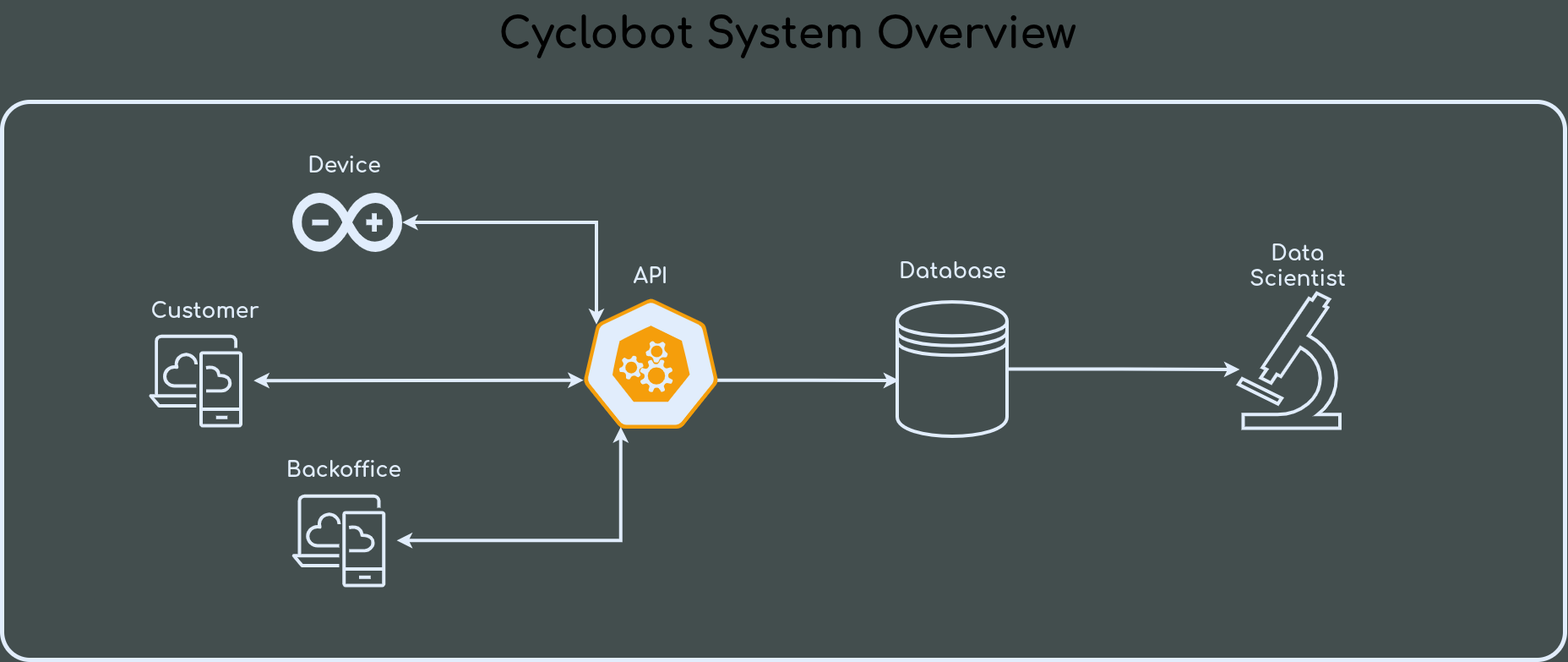
This is diagram/1.system_overview.png from Lab37-Technologies/cyclobot_api, a draw.io export, as it was before one commit. Source tidied: cells renumbered, new cells last; positions are measured from the earlier drawing's top-left corner, leaving out a move shared by most shapes.
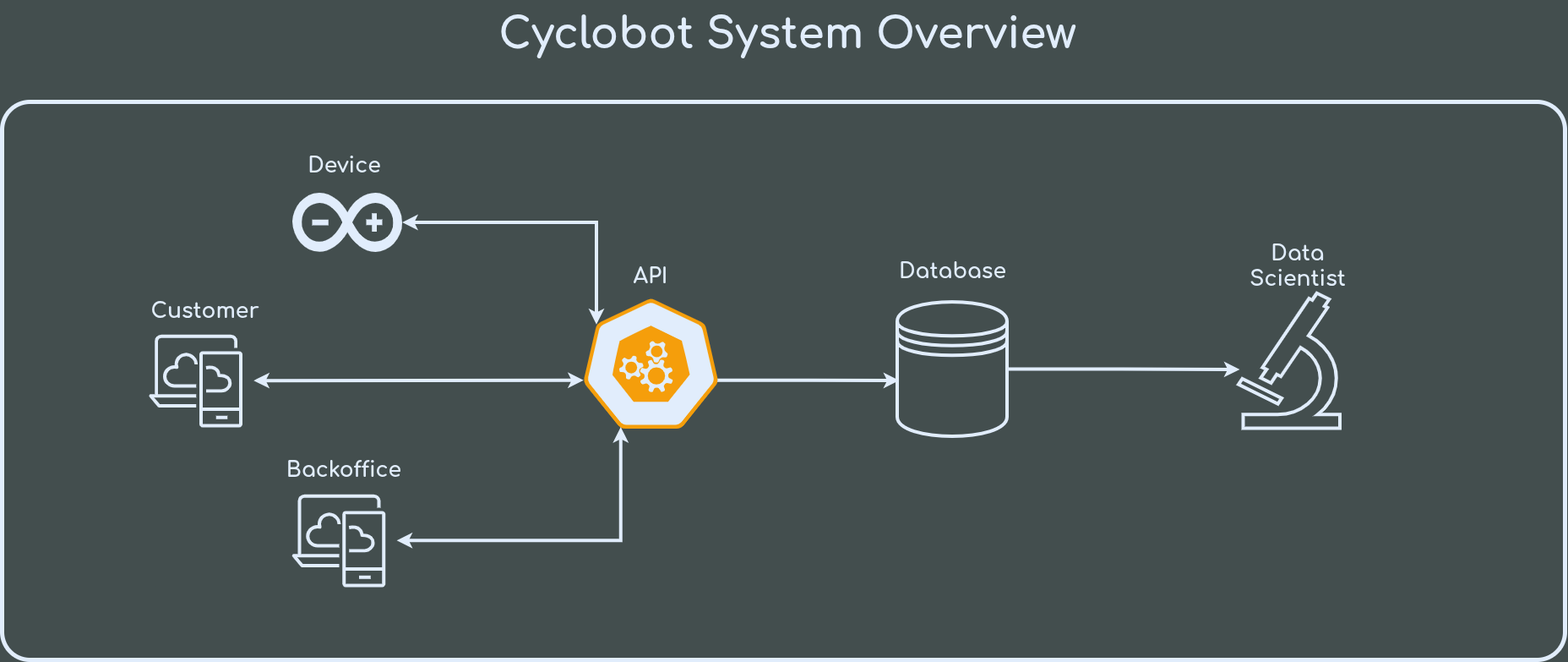
The same diagram one commit later.

The edit, as a diff of the source:
```diff
@@ -26,7 +26,7 @@
     <mxCell id="9" value="Data Scientist" style="text;html=1;whiteSpace=wrap;strokeColor=none;fillColor=none;align=center;verticalAlign=middle;rounded=0;fontSize=25;fontColor=light-dark(#E1EDFC,#E1EDFC);fontFamily=comfortaa;fontStyle=1;" parent="1" vertex="1">
       <mxGeometry x="1474" y="288" width="120" height="53" as="geometry" />
     </mxCell>
-    <mxCell id="10" value="Cyclobot System Overview" style="text;html=1;whiteSpace=wrap;strokeColor=none;fillColor=none;align=center;verticalAlign=middle;rounded=0;fontSize=50;fontColor=light-dark(#000000,#E1EDFC);fontFamily=comfortaa;fontStyle=1;" parent="1" vertex="1">
+    <mxCell id="10" value="Cyclobot System Overview" style="text;html=1;whiteSpace=wrap;strokeColor=none;fillColor=none;align=center;verticalAlign=middle;rounded=0;fontSize=50;fontColor=light-dark(#E1EDFC,#E1EDFC);fontFamily=comfortaa;fontStyle=1;" parent="1" vertex="1">
       <mxGeometry x="580" width="700" height="80" as="geometry" />
     </mxCell>
     <mxCell id="11" value="API" style="text;html=1;whiteSpace=wrap;strokeColor=none;fillColor=none;align=center;verticalAlign=middle;rounded=0;fontSize=25;fontColor=light-dark(#E1EDFC,#E1EDFC);fontFamily=comfortaa;fontStyle=1;" parent="1" vertex="1">
```
